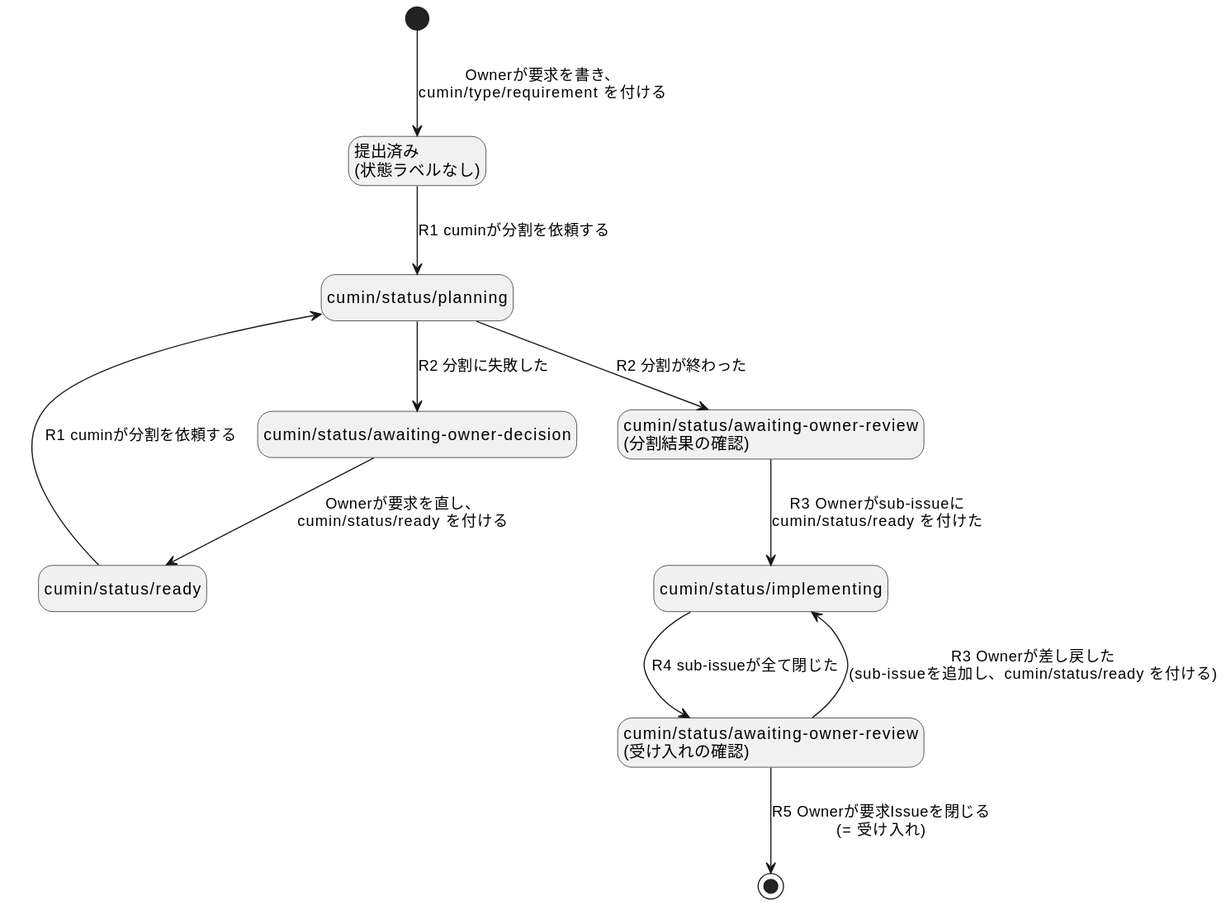
Before: docs/ja/requirements/workflow/requirement-issue-states.svg, a diagram exported from PlantUML (cloveclovedev/cumin-works). Its diagram source:
```plantuml
@startuml

hide empty description

state "提出済み\n(状態ラベルなし)" as Submitted
state "cumin/status/ready" as Ready
state "cumin/status/planning" as Planning
state "cumin/status/awaiting-owner-review\n(分割結果の確認)" as PlanReview
state "cumin/status/implementing" as Implementing
state "cumin/status/awaiting-owner-review\n(受け入れの確認)" as Acceptance
state "cumin/status/awaiting-owner-decision" as Decision

[*] --> Submitted : Ownerが要求を書き、\ncumin/type/requirement を付ける
Submitted --> Planning : R1 cuminが分割を依頼する
Planning --> PlanReview : R2 分割が終わった
Planning --> Decision : R2 分割に失敗した
Decision --> Ready : Ownerが要求を直し、\ncumin/status/ready を付ける
Ready --> Planning : R1 cuminが分割を依頼する
PlanReview --> Implementing : R3 Ownerがsub-issueに\ncumin/status/ready を付けた
Implementing --> Acceptance : R4 sub-issueが全て閉じた
Acceptance --> Implementing : R3 Ownerが差し戻した\n(sub-issueを追加し、cumin/status/ready を付ける)
Acceptance --> [*] : R5 Ownerが要求Issueを閉じる\n(= 受け入れ)
@enduml
```
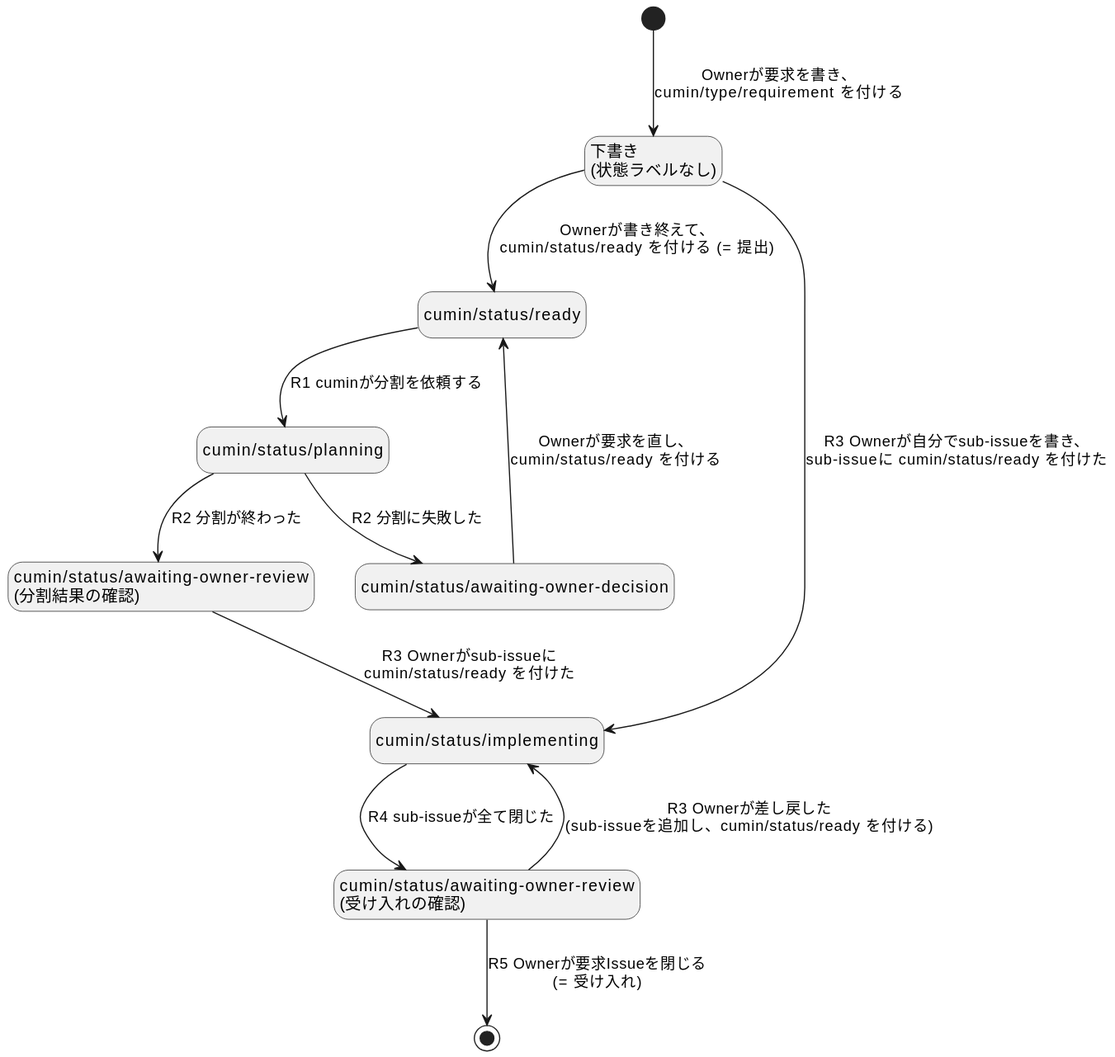
Above is the later version.

Change to the diagram source:
```diff
@@ -2,7 +2,7 @@
 
 hide empty description
 
-state "提出済み\n(状態ラベルなし)" as Submitted
+state "下書き\n(状態ラベルなし)" as Draft
 state "cumin/status/ready" as Ready
 state "cumin/status/planning" as Planning
 state "cumin/status/awaiting-owner-review\n(分割結果の確認)" as PlanReview
@@ -10,8 +10,9 @@
 state "cumin/status/awaiting-owner-review\n(受け入れの確認)" as Acceptance
 state "cumin/status/awaiting-owner-decision" as Decision
 
-[*] --> Submitted : Ownerが要求を書き、\ncumin/type/requirement を付ける
-Submitted --> Planning : R1 cuminが分割を依頼する
+[*] --> Draft : Ownerが要求を書き、\ncumin/type/requirement を付ける
+Draft --> Ready : Ownerが書き終えて、\ncumin/status/ready を付ける (= 提出)
+Draft --> Implementing : R3 Ownerが自分でsub-issueを書き、\nsub-issueに cumin/status/ready を付けた
 Planning --> PlanReview : R2 分割が終わった
 Planning --> Decision : R2 分割に失敗した
 Decision --> Ready : Ownerが要求を直し、\ncumin/status/ready を付ける
```
